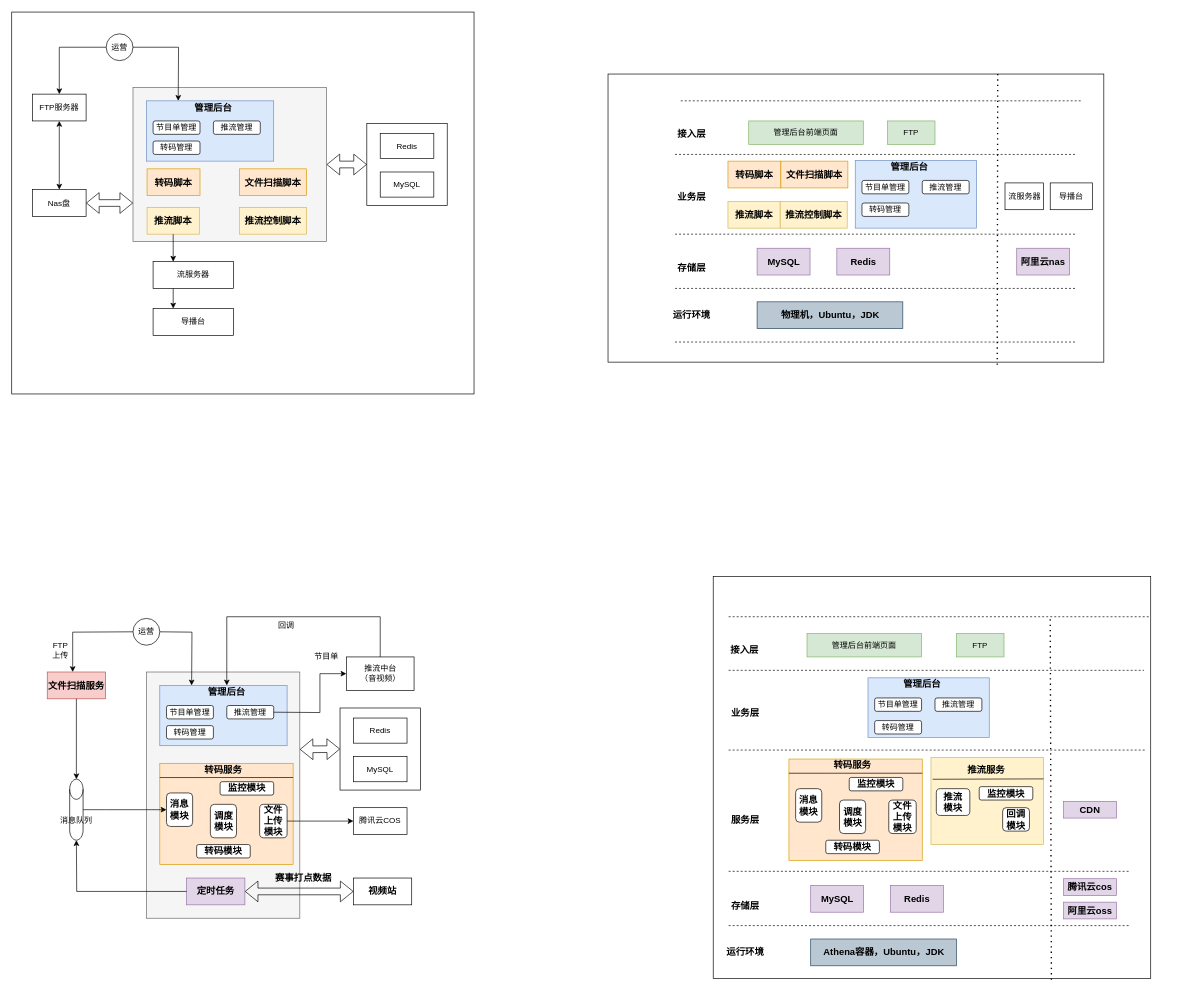
The draw.io diagram page "Page-3" (3 of 3) of seeTogether.drawio in JianHao-Chen/UML, before the edit. Source tidied: cells renumbered, new cells numbered last; positions are measured from the earlier drawing's top-left corner, leaving out a move shared by most shapes. Both pictures are drawn from the tidied source at 67%, with x=0, y=0 at pixel (11, 12).
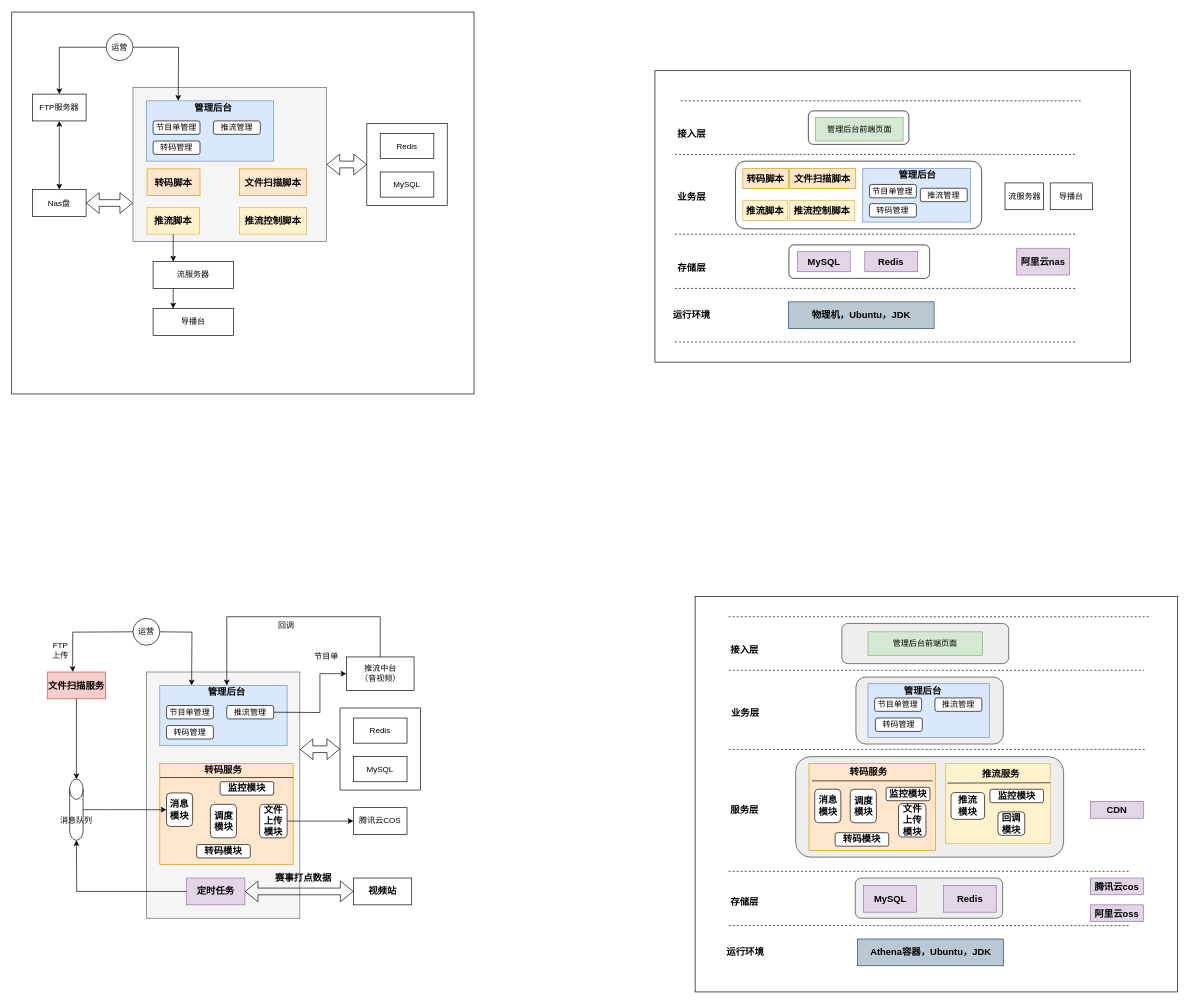
After the change.

Change to the diagram source:
```diff
@@
-    <mxCell id="2" style="rounded=0;whiteSpace=wrap;html=1;" parent="1" vertex="1">
-      <mxGeometry x="890" y="92" width="740" height="430" as="geometry" />
-    </mxCell>
+    <mxCell id="134" style="rounded=0;whiteSpace=wrap;html=1;" parent="1" vertex="1">
+      <mxGeometry x="960" y="87" width="710" height="435" as="geometry" />
+    </mxCell>
+    <mxCell id="135" style="rounded=1;whiteSpace=wrap;html=1;" parent="1" vertex="1">
+      <mxGeometry x="1160" y="347" width="210" height="50" as="geometry" />
+    </mxCell>
+    <mxCell id="136" style="rounded=1;whiteSpace=wrap;html=1;" parent="1" vertex="1">
+      <mxGeometry x="1080.2" y="222" width="367.5" height="101" as="geometry" />
+    </mxCell>
+    <mxCell id="137" style="rounded=1;whiteSpace=wrap;html=1;" parent="1" vertex="1">
+      <mxGeometry x="1189" y="147" width="150" height="50" as="geometry" />
+    </mxCell>
+    <mxCell id="138" style="rounded=0;whiteSpace=wrap;html=1;" parent="1" vertex="1">
+      <mxGeometry x="1020" y="872" width="720" height="590" as="geometry" />
+    </mxCell>
+    <mxCell id="139" style="rounded=1;whiteSpace=wrap;html=1;fillColor=#eeeeee;strokeColor=#36393d;" parent="1" vertex="1">
+      <mxGeometry x="1259" y="1292" width="220" height="60" as="geometry" />
+    </mxCell>
+    <mxCell id="140" style="rounded=1;whiteSpace=wrap;html=1;fillColor=#eeeeee;strokeColor=#36393d;" parent="1" vertex="1">
+      <mxGeometry x="1170" y="1110.8" width="400" height="150" as="geometry" />
+    </mxCell>
+    <mxCell id="141" style="rounded=1;whiteSpace=wrap;html=1;fillColor=#eeeeee;strokeColor=#36393d;" parent="1" vertex="1">
+      <mxGeometry x="1260" y="992" width="220" height="100" as="geometry" />
+    </mxCell>
+    <mxCell id="142" style="rounded=1;whiteSpace=wrap;html=1;fillColor=#eeeeee;strokeColor=#36393d;" parent="1" vertex="1">
+      <mxGeometry x="1239" y="912" width="249" height="60" as="geometry" />
+    </mxCell>
@@
     <mxCell id="68" value="&lt;b style=&quot;font-size: 14px&quot;&gt;转码脚本&lt;/b&gt;" style="rounded=0;whiteSpace=wrap;html=1;fillColor=#ffe6cc;strokeColor=#d79b00;" parent="1" vertex="1">
-      <mxGeometry x="1069" y="222" width="79" height="40" as="geometry" />
+      <mxGeometry x="1091.2" y="233" width="68" height="30" as="geometry" />
     </mxCell>
     <mxCell id="69" value="&lt;font style=&quot;font-size: 14px&quot;&gt;&lt;b&gt;推流脚本&lt;/b&gt;&lt;/font&gt;" style="rounded=0;whiteSpace=wrap;html=1;fillColor=#fff2cc;strokeColor=#d6b656;" parent="1" vertex="1">
-      <mxGeometry x="1069" y="282" width="78" height="40" as="geometry" />
+      <mxGeometry x="1091.2" y="280.5" width="67" height="30" as="geometry" />
     </mxCell>
     <mxCell id="70" style="rounded=0;whiteSpace=wrap;html=1;fillColor=#dae8fc;strokeColor=#6c8ebf;" parent="1" vertex="1">
-      <mxGeometry x="1259" y="220.8" width="181" height="101.2" as="geometry" />
+      <mxGeometry x="1270.2" y="233" width="161" height="80" as="geometry" />
     </mxCell>
     <mxCell id="71" value="&lt;font style=&quot;font-size: 14px&quot;&gt;&lt;b&gt;管理后台&lt;/b&gt;&lt;/font&gt;" style="text;html=1;strokeColor=none;fillColor=none;align=center;verticalAlign=middle;whiteSpace=wrap;rounded=0;" parent="1" vertex="1">
-      <mxGeometry x="1310" y="220.8" width="60" height="20" as="geometry" />
+      <mxGeometry x="1321.8" y="233" width="60" height="20" as="geometry" />
     </mxCell>
     <mxCell id="72" value="节目单管理" style="rounded=1;whiteSpace=wrap;html=1;" parent="1" vertex="1">
-      <mxGeometry x="1269" y="250.8" width="70" height="20" as="geometry" />
+      <mxGeometry x="1280.2" y="256.8" width="70" height="20" as="geometry" />
     </mxCell>
     <mxCell id="73" value="推流管理" style="rounded=1;whiteSpace=wrap;html=1;" parent="1" vertex="1">
-      <mxGeometry x="1359" y="250.8" width="70" height="20" as="geometry" />
+      <mxGeometry x="1356.2" y="262.5" width="70" height="20" as="geometry" />
     </mxCell>
     <mxCell id="74" value="转码管理" style="rounded=1;whiteSpace=wrap;html=1;" parent="1" vertex="1">
-      <mxGeometry x="1269" y="284.5" width="70" height="20" as="geometry" />
+      <mxGeometry x="1280.2" y="285.5" width="70" height="20" as="geometry" />
     </mxCell>
     <mxCell id="75" value="&lt;b style=&quot;font-size: 14px&quot;&gt;文件扫描脚本&lt;/b&gt;" style="rounded=0;whiteSpace=wrap;html=1;fillColor=#ffe6cc;strokeColor=#d79b00;" parent="1" vertex="1">
-      <mxGeometry x="1148" y="222" width="100" height="40" as="geometry" />
+      <mxGeometry x="1161.2" y="233" width="98" height="30" as="geometry" />
     </mxCell>
     <mxCell id="76" value="&lt;font style=&quot;font-size: 14px&quot;&gt;&lt;b&gt;推流控制脚本&lt;/b&gt;&lt;/font&gt;" style="rounded=0;whiteSpace=wrap;html=1;fillColor=#fff2cc;strokeColor=#d6b656;" parent="1" vertex="1">
-      <mxGeometry x="1147" y="282" width="100" height="40" as="geometry" />
+      <mxGeometry x="1161.2" y="280.5" width="97" height="30" as="geometry" />
     </mxCell>
@@
     <mxCell id="79" value="&lt;b style=&quot;font-size: 14px&quot;&gt;MySQL&lt;/b&gt;" style="rounded=0;whiteSpace=wrap;html=1;fillColor=#e1d5e7;strokeColor=#9673a6;" parent="1" vertex="1">
-      <mxGeometry x="1112.5" y="352" width="79" height="40" as="geometry" />
+      <mxGeometry x="1172.5" y="357" width="79" height="30" as="geometry" />
     </mxCell>
     <mxCell id="80" value="&lt;b style=&quot;font-size: 14px&quot;&gt;Redis&lt;/b&gt;" style="rounded=0;whiteSpace=wrap;html=1;fillColor=#e1d5e7;strokeColor=#9673a6;" parent="1" vertex="1">
-      <mxGeometry x="1231.5" y="352" width="79" height="40" as="geometry" />
+      <mxGeometry x="1273.2" y="357" width="79" height="30" as="geometry" />
     </mxCell>
@@
     <mxCell id="89" value="管理后台前端页面" style="rounded=0;whiteSpace=wrap;html=1;fillColor=#d5e8d4;strokeColor=#82b366;" parent="1" vertex="1">
-      <mxGeometry x="1100" y="162" width="171" height="35" as="geometry" />
+      <mxGeometry x="1199.5" y="157" width="131" height="35" as="geometry" />
     </mxCell>
@@
     <mxCell id="92" value="&lt;span style=&quot;font-size: 14px&quot;&gt;&lt;b&gt;物理机，Ubuntu，JDK&lt;/b&gt;&lt;/span&gt;" style="rounded=0;whiteSpace=wrap;html=1;fillColor=#bac8d3;strokeColor=#23445d;" parent="1" vertex="1">
-      <mxGeometry x="1112.5" y="432" width="217.5" height="40" as="geometry" />
+      <mxGeometry x="1159.2" y="432" width="217.5" height="40" as="geometry" />
     </mxCell>
-    <mxCell id="93" style="rounded=0;whiteSpace=wrap;html=1;" parent="1" vertex="1">
-      <mxGeometry x="1047" y="842" width="653" height="600" as="geometry" />
-    </mxCell>
     <mxCell id="94" style="rounded=0;whiteSpace=wrap;html=1;fillColor=#fff2cc;strokeColor=#d6b656;" parent="1" vertex="1">
-      <mxGeometry x="1372" y="1112" width="168" height="130" as="geometry" />
+      <mxGeometry x="1394" y="1120.8" width="156" height="120" as="geometry" />
     </mxCell>
     <mxCell id="95" style="rounded=0;whiteSpace=wrap;html=1;fillColor=#dae8fc;strokeColor=#6c8ebf;" parent="1" vertex="1">
-      <mxGeometry x="1278" y="993.2" width="181" height="88.8" as="geometry" />
+      <mxGeometry x="1278" y="1002" width="181" height="80" as="geometry" />
     </mxCell>
     <mxCell id="96" value="&lt;font style=&quot;font-size: 14px&quot;&gt;&lt;b&gt;管理后台&lt;/b&gt;&lt;/font&gt;" style="text;html=1;strokeColor=none;fillColor=none;align=center;verticalAlign=middle;whiteSpace=wrap;rounded=0;" parent="1" vertex="1">
-      <mxGeometry x="1329" y="993.2" width="60" height="20" as="geometry" />
+      <mxGeometry x="1330" y="1003.2" width="60" height="20" as="geometry" />
     </mxCell>
@@
     <mxCell id="99" value="转码管理" style="rounded=1;whiteSpace=wrap;html=1;" parent="1" vertex="1">
-      <mxGeometry x="1288" y="1057" width="70" height="20" as="geometry" />
+      <mxGeometry x="1289" y="1053.2" width="70" height="20" as="geometry" />
     </mxCell>
@@
     <mxCell id="101" value="&lt;font style=&quot;font-size: 14px&quot;&gt;&lt;b&gt;存储层&lt;/b&gt;&lt;/font&gt;" style="text;html=1;strokeColor=none;fillColor=none;align=center;verticalAlign=middle;whiteSpace=wrap;rounded=0;" parent="1" vertex="1">
-      <mxGeometry x="1070" y="1323" width="50" height="20" as="geometry" />
+      <mxGeometry x="1069" y="1317" width="50" height="20" as="geometry" />
     </mxCell>
     <mxCell id="102" value="&lt;b style=&quot;font-size: 14px&quot;&gt;MySQL&lt;/b&gt;" style="rounded=0;whiteSpace=wrap;html=1;fillColor=#e1d5e7;strokeColor=#9673a6;" parent="1" vertex="1">
-      <mxGeometry x="1192.5" y="1303" width="79" height="40" as="geometry" />
+      <mxGeometry x="1271.5" y="1303" width="79" height="40" as="geometry" />
     </mxCell>
     <mxCell id="103" value="&lt;b style=&quot;font-size: 14px&quot;&gt;Redis&lt;/b&gt;" style="rounded=0;whiteSpace=wrap;html=1;fillColor=#e1d5e7;strokeColor=#9673a6;" parent="1" vertex="1">
-      <mxGeometry x="1311.5" y="1303" width="79" height="40" as="geometry" />
+      <mxGeometry x="1390.5" y="1303" width="79" height="40" as="geometry" />
     </mxCell>
     <mxCell id="104" value="&lt;span style=&quot;font-size: 14px&quot;&gt;&lt;b&gt;腾讯云cos&lt;/b&gt;&lt;/span&gt;" style="rounded=0;whiteSpace=wrap;html=1;fillColor=#e1d5e7;strokeColor=#9673a6;" parent="1" vertex="1">
-      <mxGeometry x="1570" y="1293" width="79" height="25" as="geometry" />
+      <mxGeometry x="1610" y="1292" width="79" height="25" as="geometry" />
     </mxCell>
@@
     <mxCell id="110" value="管理后台前端页面" style="rounded=0;whiteSpace=wrap;html=1;fillColor=#d5e8d4;strokeColor=#82b366;" parent="1" vertex="1">
-      <mxGeometry x="1187" y="927" width="171" height="35" as="geometry" />
+      <mxGeometry x="1278" y="924.5" width="171" height="35" as="geometry" />
     </mxCell>
@@
     <mxCell id="112" value="&lt;span style=&quot;font-size: 14px&quot;&gt;&lt;b&gt;Athena容器，Ubuntu，JDK&lt;/b&gt;&lt;/span&gt;" style="rounded=0;whiteSpace=wrap;html=1;fillColor=#bac8d3;strokeColor=#23445d;" parent="1" vertex="1">
-      <mxGeometry x="1192.5" y="1383" width="217.5" height="40" as="geometry" />
+      <mxGeometry x="1262.5" y="1383" width="217.5" height="40" as="geometry" />
     </mxCell>
-    <mxCell id="113" style="endArrow=none;dashed=1;html=1;dashPattern=1 3;strokeWidth=2;entryX=0.786;entryY=0;entryDx=0;entryDy=0;entryPerimeter=0;exitX=0.785;exitY=1.009;exitDx=0;exitDy=0;exitPerimeter=0;" parent="1" edge="1" source="2" target="2">
-      <mxGeometry relative="1" as="geometry" />
-    </mxCell>
     <mxCell id="114" style="endArrow=none;dashed=1;html=1;" parent="1" edge="1">
       <mxGeometry relative="1" as="geometry">
-        <mxPoint x="1070" y="1101" as="sourcePoint" />
-        <mxPoint x="1694" y="1101" as="targetPoint" />
+        <mxPoint x="1070" y="1100" as="sourcePoint" />
+        <mxPoint x="1694" y="1100" as="targetPoint" />
       </mxGeometry>
     </mxCell>
     <mxCell id="115" value="&lt;span style=&quot;font-size: 14px&quot;&gt;&lt;b&gt;阿里云oss&lt;br&gt;&lt;/b&gt;&lt;/span&gt;" style="rounded=0;whiteSpace=wrap;html=1;fillColor=#e1d5e7;strokeColor=#9673a6;" parent="1" vertex="1">
-      <mxGeometry x="1570" y="1328" width="79" height="25" as="geometry" />
+      <mxGeometry x="1610" y="1332" width="79" height="25" as="geometry" />
     </mxCell>
     <mxCell id="116" value="&lt;b style=&quot;font-size: 14px&quot;&gt;推流服务&lt;/b&gt;" style="text;html=1;strokeColor=none;fillColor=none;align=center;verticalAlign=middle;whiteSpace=wrap;rounded=0;" parent="1" vertex="1">
-      <mxGeometry x="1419" y="1120.8" width="71" height="20" as="geometry" />
+      <mxGeometry x="1441" y="1126.5" width="71" height="20" as="geometry" />
     </mxCell>
     <mxCell id="117" style="rounded=0;whiteSpace=wrap;html=1;fillColor=#ffe6cc;strokeColor=#d79b00;" parent="1" vertex="1">
-      <mxGeometry x="1160" y="1114.4" width="199" height="151.2" as="geometry" />
+      <mxGeometry x="1190" y="1120.8" width="189" height="130" as="geometry" />
     </mxCell>
     <mxCell id="118" value="&lt;b style=&quot;font-size: 14px&quot;&gt;监控模块&lt;/b&gt;" style="rounded=1;whiteSpace=wrap;html=1;" parent="1" vertex="1">
-      <mxGeometry x="1250" y="1141.9" width="80" height="20" as="geometry" />
+      <mxGeometry x="1305" y="1156.6" width="65.5" height="20" as="geometry" />
     </mxCell>
     <mxCell id="119" value="&lt;b style=&quot;font-size: 14px&quot;&gt;转码模块&lt;/b&gt;" style="rounded=1;whiteSpace=wrap;html=1;" parent="1" vertex="1">
-      <mxGeometry x="1215" y="1235.6" width="80" height="20" as="geometry" />
+      <mxGeometry x="1229" y="1224.4" width="80" height="20" as="geometry" />
     </mxCell>
     <mxCell id="120" value="&lt;b style=&quot;font-size: 14px&quot;&gt;消息模块&lt;/b&gt;" style="rounded=1;whiteSpace=wrap;html=1;" parent="1" vertex="1">
-      <mxGeometry x="1170" y="1158.6" width="39" height="50" as="geometry" />
+      <mxGeometry x="1198.5" y="1159.4" width="39" height="50" as="geometry" />
     </mxCell>
     <mxCell id="121" value="&lt;b style=&quot;font-size: 14px&quot;&gt;文件&lt;br&gt;上传&lt;br&gt;模块&lt;/b&gt;" style="rounded=1;whiteSpace=wrap;html=1;" parent="1" vertex="1">
-      <mxGeometry x="1309" y="1175.6" width="41" height="50" as="geometry" />
+      <mxGeometry x="1323.5" y="1180.8" width="41" height="50" as="geometry" />
     </mxCell>
     <mxCell id="122" value="&lt;font style=&quot;font-size: 14px&quot;&gt;&lt;b&gt;转码服务&lt;/b&gt;&lt;/font&gt;" style="text;html=1;strokeColor=none;fillColor=none;align=center;verticalAlign=middle;whiteSpace=wrap;rounded=0;" parent="1" vertex="1">
-      <mxGeometry x="1225" y="1114.4" width="60" height="20" as="geometry" />
+      <mxGeometry x="1249" y="1123.2" width="60" height="20" as="geometry" />
     </mxCell>
-    <mxCell id="123" style="endArrow=none;html=1;entryX=1;entryY=0.14;entryDx=0;entryDy=0;entryPerimeter=0;" parent="1" edge="1" target="117">
+    <mxCell id="123" style="endArrow=none;html=1;" parent="1" edge="1">
       <mxGeometry relative="1" as="geometry">
-        <mxPoint x="1160" y="1135.6" as="sourcePoint" />
+        <mxPoint x="1194.5" y="1147" as="sourcePoint" />
+        <mxPoint x="1374.5" y="1147" as="targetPoint" />
       </mxGeometry>
     </mxCell>
     <mxCell id="124" value="&lt;b style=&quot;font-size: 14px&quot;&gt;调度模块&lt;/b&gt;" style="rounded=1;whiteSpace=wrap;html=1;" parent="1" vertex="1">
-      <mxGeometry x="1235.5" y="1175.6" width="39" height="50" as="geometry" />
+      <mxGeometry x="1251.5" y="1159.5" width="39" height="50" as="geometry" />
     </mxCell>
     <mxCell id="125" style="endArrow=none;html=1;" parent="1" edge="1">
       <mxGeometry relative="1" as="geometry">
-        <mxPoint x="1374.5" y="1144.6" as="sourcePoint" />
-        <mxPoint x="1540" y="1144" as="targetPoint" />
+        <mxPoint x="1396.5" y="1150.3" as="sourcePoint" />
+        <mxPoint x="1550" y="1149.8" as="targetPoint" />
       </mxGeometry>
     </mxCell>
     <mxCell id="126" value="&lt;b&gt;&lt;font style=&quot;font-size: 14px&quot;&gt;回调模块&lt;/font&gt;&lt;/b&gt;" style="rounded=1;whiteSpace=wrap;html=1;" parent="1" vertex="1">
-      <mxGeometry x="1479" y="1187" width="40" height="35" as="geometry" />
+      <mxGeometry x="1472" y="1193.2" width="40" height="35" as="geometry" />
     </mxCell>
     <mxCell id="127" value="&lt;b style=&quot;font-size: 14px&quot;&gt;监控模块&lt;/b&gt;" style="rounded=1;whiteSpace=wrap;html=1;" parent="1" vertex="1">
-      <mxGeometry x="1444" y="1155.6" width="80" height="20" as="geometry" />
+      <mxGeometry x="1460" y="1159.5" width="80" height="20" as="geometry" />
     </mxCell>
     <mxCell id="128" value="&lt;b&gt;&lt;font style=&quot;font-size: 14px&quot;&gt;推流&lt;br&gt;模块&lt;/font&gt;&lt;/b&gt;" style="rounded=1;whiteSpace=wrap;html=1;" parent="1" vertex="1">
-      <mxGeometry x="1380" y="1158.6" width="50" height="40" as="geometry" />
+      <mxGeometry x="1402" y="1164.4" width="50" height="40" as="geometry" />
     </mxCell>
     <mxCell id="129" value="&lt;font style=&quot;font-size: 14px&quot;&gt;&lt;b&gt;服务层&lt;/b&gt;&lt;/font&gt;" style="text;html=1;strokeColor=none;fillColor=none;align=center;verticalAlign=middle;whiteSpace=wrap;rounded=0;" parent="1" vertex="1">
-      <mxGeometry x="1070" y="1194.5" width="50" height="20" as="geometry" />
+      <mxGeometry x="1069" y="1179.5" width="50" height="20" as="geometry" />
     </mxCell>
-    <mxCell id="130" style="endArrow=none;dashed=1;html=1;dashPattern=1 3;strokeWidth=2;exitX=0.773;exitY=1.003;exitDx=0;exitDy=0;exitPerimeter=0;" parent="1" edge="1" source="93">
-      <mxGeometry relative="1" as="geometry">
-        <mxPoint x="1550" y="902" as="targetPoint" />
-      </mxGeometry>
-    </mxCell>
     <mxCell id="131" value="&lt;span style=&quot;font-size: 14px&quot;&gt;&lt;b&gt;CDN&lt;/b&gt;&lt;/span&gt;" style="rounded=0;whiteSpace=wrap;html=1;fillColor=#e1d5e7;strokeColor=#9673a6;" parent="1" vertex="1">
-      <mxGeometry x="1570" y="1177.5" width="79" height="25" as="geometry" />
+      <mxGeometry x="1610" y="1177.8" width="79" height="25" as="geometry" />
     </mxCell>
-    <mxCell id="132" value="FTP" style="rounded=0;whiteSpace=wrap;html=1;fillColor=#d5e8d4;strokeColor=#82b366;" parent="1" vertex="1">
-      <mxGeometry x="1307" y="162" width="71" height="35" as="geometry" />
-    </mxCell>
-    <mxCell id="133" value="FTP" style="rounded=0;whiteSpace=wrap;html=1;fillColor=#d5e8d4;strokeColor=#82b366;" parent="1" vertex="1">
-      <mxGeometry x="1410" y="927" width="71" height="35" as="geometry" />
-    </mxCell>
```
